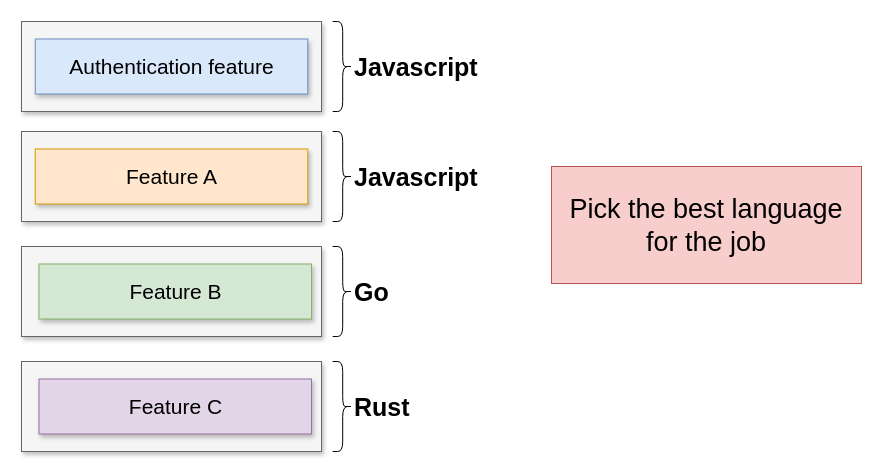
The draw.io diagram page "12 - lang" (12 of 22) of week-8/microservices/diagrams/01/diagrams.drawio in nagcloudlab/batch2, before the edit. Source tidied: cells renumbered, new cells numbered last; positions are measured from the earlier drawing's top-left corner, leaving out a move shared by most shapes. Both pictures are drawn from the tidied source at 100%, with x=0, y=0 at pixel (21, 21).
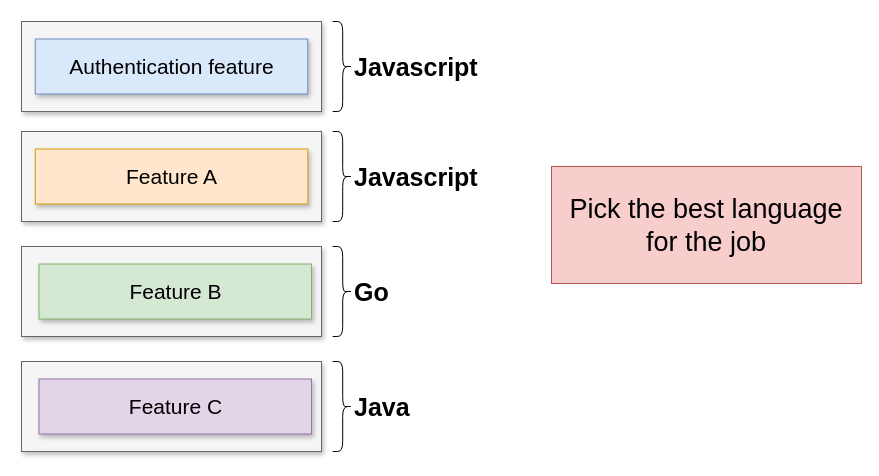
The same page after the edit.

Change to the diagram source:
```diff
@@
 <mxGraphModel>
   <root>
     <mxCell id="0" />
     <mxCell id="1" parent="0" />
     <mxCell id="2" style="rounded=0;whiteSpace=wrap;html=1;shadow=1;fontSize=28;fillColor=#f5f5f5;strokeColor=#666666;fontColor=#333333;" parent="1" vertex="1">
       <mxGeometry width="300" height="90" as="geometry" />
     </mxCell>
     <mxCell id="3" value="Authentication feature" style="rounded=0;whiteSpace=wrap;html=1;shadow=1;fontSize=21;fillColor=#dae8fc;strokeColor=#6c8ebf;" parent="1" vertex="1">
       <mxGeometry x="13.8" y="17.5" width="272.5" height="55" as="geometry" />
     </mxCell>
     <mxCell id="4" style="rounded=0;whiteSpace=wrap;html=1;shadow=1;fontSize=28;fillColor=#f5f5f5;strokeColor=#666666;fontColor=#333333;" parent="1" vertex="1">
       <mxGeometry y="110" width="300" height="90" as="geometry" />
     </mxCell>
     <mxCell id="5" style="rounded=0;whiteSpace=wrap;html=1;shadow=1;fontSize=28;fillColor=#f5f5f5;strokeColor=#666666;fontColor=#333333;" parent="1" vertex="1">
       <mxGeometry y="225" width="300" height="90" as="geometry" />
     </mxCell>
     <mxCell id="6" style="rounded=0;whiteSpace=wrap;html=1;shadow=1;fontSize=28;fillColor=#f5f5f5;strokeColor=#666666;fontColor=#333333;" parent="1" vertex="1">
       <mxGeometry y="340" width="300" height="90" as="geometry" />
     </mxCell>
     <mxCell id="7" value="Feature A" style="rounded=0;whiteSpace=wrap;html=1;shadow=1;fontSize=21;fillColor=#ffe6cc;strokeColor=#d79b00;" parent="1" vertex="1">
       <mxGeometry x="13.8" y="127.5" width="272.5" height="55" as="geometry" />
     </mxCell>
     <mxCell id="8" value="Feature B" style="rounded=0;whiteSpace=wrap;html=1;shadow=1;fontSize=21;fillColor=#d5e8d4;strokeColor=#82b366;" parent="1" vertex="1">
       <mxGeometry x="17.5" y="242.5" width="272.5" height="55" as="geometry" />
     </mxCell>
     <mxCell id="9" value="Feature C" style="rounded=0;whiteSpace=wrap;html=1;shadow=1;fontSize=21;fillColor=#e1d5e7;strokeColor=#9673a6;" parent="1" vertex="1">
       <mxGeometry x="17.5" y="357.5" width="272.5" height="55" as="geometry" />
     </mxCell>
     <mxCell id="10" style="shape=curlyBracket;whiteSpace=wrap;html=1;rounded=1;strokeWidth=1;fontSize=15;align=center;rotation=-180;" parent="1" vertex="1">
       <mxGeometry x="311.2" width="20" height="90" as="geometry" />
     </mxCell>
     <mxCell id="11" value="Javascript" style="text;html=1;strokeColor=none;fillColor=none;align=left;verticalAlign=middle;whiteSpace=wrap;rounded=0;fontSize=25;fontStyle=1;" parent="1" vertex="1">
       <mxGeometry x="331.2" y="35" width="70" height="20" as="geometry" />
     </mxCell>
     <mxCell id="12" style="shape=curlyBracket;whiteSpace=wrap;html=1;rounded=1;strokeWidth=1;fontSize=15;align=center;rotation=-180;" parent="1" vertex="1">
       <mxGeometry x="311.2" y="110" width="20" height="90" as="geometry" />
     </mxCell>
     <mxCell id="13" value="Javascript" style="text;html=1;strokeColor=none;fillColor=none;align=left;verticalAlign=middle;whiteSpace=wrap;rounded=0;fontSize=25;fontStyle=1;" parent="1" vertex="1">
       <mxGeometry x="331.2" y="145" width="90" height="20" as="geometry" />
     </mxCell>
     <mxCell id="14" style="shape=curlyBracket;whiteSpace=wrap;html=1;rounded=1;strokeWidth=1;fontSize=15;align=center;rotation=-180;" parent="1" vertex="1">
       <mxGeometry x="311.2" y="225" width="20" height="90" as="geometry" />
     </mxCell>
     <mxCell id="15" value="Go" style="text;html=1;strokeColor=none;fillColor=none;align=left;verticalAlign=middle;whiteSpace=wrap;rounded=0;fontSize=25;fontStyle=1;" parent="1" vertex="1">
       <mxGeometry x="331.2" y="260" width="90" height="20" as="geometry" />
     </mxCell>
     <mxCell id="16" style="shape=curlyBracket;whiteSpace=wrap;html=1;rounded=1;strokeWidth=1;fontSize=15;align=center;rotation=-180;" parent="1" vertex="1">
       <mxGeometry x="311.2" y="340" width="20" height="90" as="geometry" />
     </mxCell>
-    <mxCell id="17" value="Rust" style="text;html=1;strokeColor=none;fillColor=none;align=left;verticalAlign=middle;whiteSpace=wrap;rounded=0;fontSize=25;fontStyle=1;" parent="1" vertex="1">
+    <mxCell id="17" value="Java" style="text;html=1;strokeColor=none;fillColor=none;align=left;verticalAlign=middle;whiteSpace=wrap;rounded=0;fontSize=25;fontStyle=1;" parent="1" vertex="1">
       <mxGeometry x="331.2" y="375" width="100" height="20" as="geometry" />
     </mxCell>
     <mxCell id="18" value="Pick the best language for the job" style="rounded=0;whiteSpace=wrap;html=1;strokeWidth=1;fontSize=27;align=center;fillColor=#f8cecc;strokeColor=#b85450;fontStyle=0;" parent="1" vertex="1">
       <mxGeometry x="530" y="145" width="310" height="117" as="geometry" />
     </mxCell>
   </root>
 </mxGraphModel>
```
